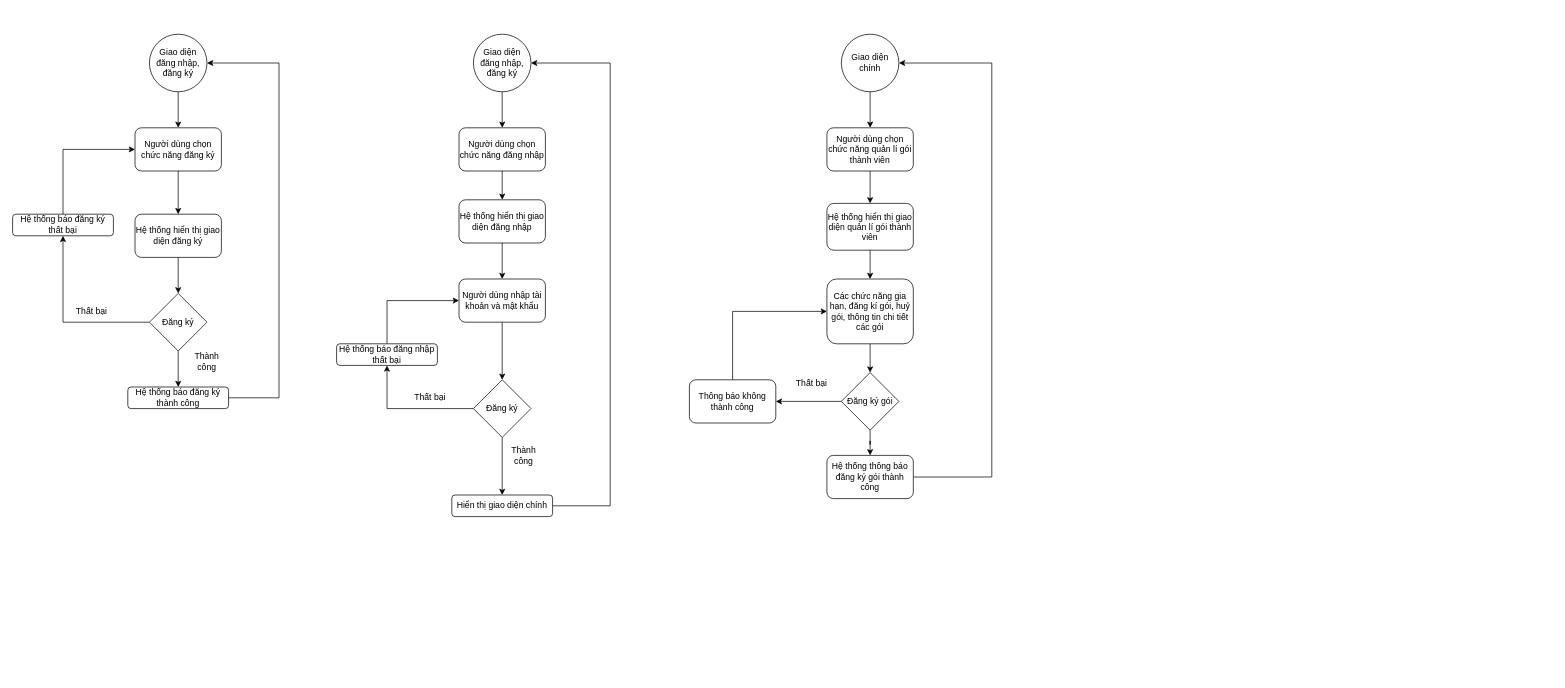
The draw.io diagram User-case chi tiet.drawio in ngnhonk/BeautyMatch, before the edit. Source tidied: cells renumbered, new cells numbered last; positions are measured from the earlier drawing's top-left corner, leaving out a move shared by most shapes. Both pictures are drawn from the tidied source at 72%, with x=0, y=0 at pixel (12, 34).
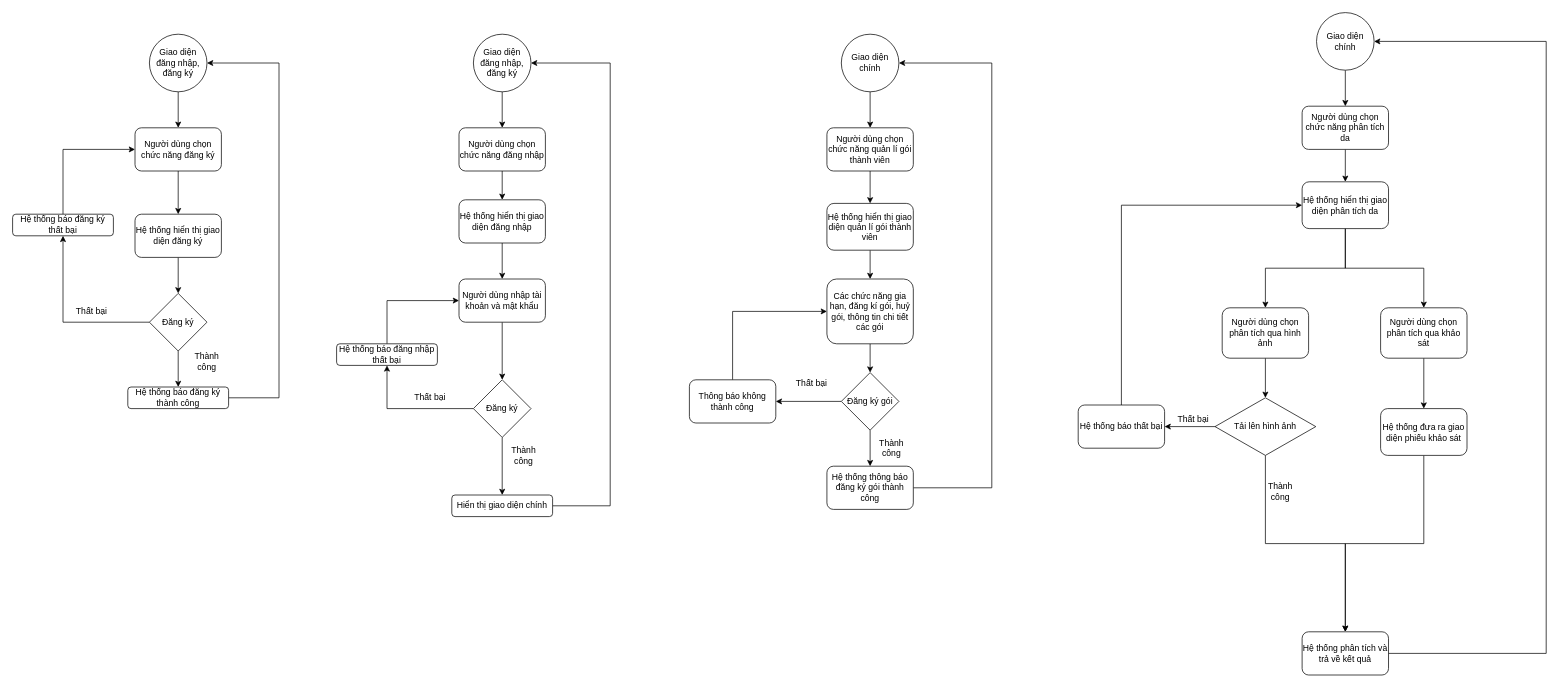
Above is the later version.

Commit message:
Update use-case phan tich da.drawio

The change refers to these unchanged cells:
```xml
<mxCell id="35" value="Giao diện chính" style="ellipse;whiteSpace=wrap;html=1;" parent="1" vertex="1">
  <mxGeometry x="1151" width="80" height="80" as="geometry" />
</mxCell>
```

Change to the diagram source:
```diff
@@
     <mxCell id="47" style="edgeStyle=orthogonalEdgeStyle;rounded=0;jettySize=auto;html=1;entryX=1;entryY=0.5;entryDx=0;entryDy=0;" parent="1" edge="1" source="48" target="35">
       <mxGeometry relative="1" as="geometry">
         <Array as="points">
-          <mxPoint x="1360" y="615" />
+          <mxPoint x="1360" y="630" />
           <mxPoint x="1360" y="40" />
         </Array>
       </mxGeometry>
     </mxCell>
     <mxCell id="48" value="Hệ thống thông báo đăng ký gói thành công" style="rounded=1;whiteSpace=wrap;html=1;" parent="1" vertex="1">
-      <mxGeometry x="1131" y="585" width="120" height="60" as="geometry" />
+      <mxGeometry x="1131" y="600" width="120" height="60" as="geometry" />
     </mxCell>
@@
+    <mxCell id="50" style="edgeStyle=orthogonalEdgeStyle;rounded=0;jettySize=auto;html=1;" parent="1" edge="1" source="51" target="53">
+      <mxGeometry relative="1" as="geometry" />
+    </mxCell>
+    <mxCell id="51" value="Giao diện chính" style="ellipse;whiteSpace=wrap;html=1;" parent="1" vertex="1">
+      <mxGeometry x="1811" y="-30" width="80" height="80" as="geometry" />
+    </mxCell>
+    <mxCell id="52" style="edgeStyle=orthogonalEdgeStyle;rounded=0;jettySize=auto;html=1;entryX=0.5;entryY=0;entryDx=0;entryDy=0;" parent="1" edge="1" source="53" target="56">
+      <mxGeometry relative="1" as="geometry" />
+    </mxCell>
+    <mxCell id="53" value="Người dùng chọn chức năng phân tích da" style="rounded=1;whiteSpace=wrap;html=1;" parent="1" vertex="1">
+      <mxGeometry x="1791" y="100" width="120" height="60" as="geometry" />
+    </mxCell>
+    <mxCell id="54" style="edgeStyle=orthogonalEdgeStyle;rounded=0;jettySize=auto;html=1;" parent="1" edge="1" source="56" target="58">
+      <mxGeometry relative="1" as="geometry" />
+    </mxCell>
+    <mxCell id="55" style="edgeStyle=orthogonalEdgeStyle;rounded=0;jettySize=auto;html=1;entryX=0.5;entryY=0;entryDx=0;entryDy=0;" parent="1" edge="1" source="56" target="62">
+      <mxGeometry relative="1" as="geometry" />
+    </mxCell>
+    <mxCell id="56" value="Hệ thống hiển thị giao diện phân tích da" style="rounded=1;whiteSpace=wrap;html=1;" parent="1" vertex="1">
+      <mxGeometry x="1791" y="205" width="120" height="65" as="geometry" />
+    </mxCell>
+    <mxCell id="57" style="edgeStyle=orthogonalEdgeStyle;rounded=0;jettySize=auto;html=1;" parent="1" edge="1" source="58" target="65">
+      <mxGeometry relative="1" as="geometry" />
+    </mxCell>
+    <mxCell id="58" value="Người dùng chọn phân tích qua hình ảnh" style="rounded=1;whiteSpace=wrap;html=1;" parent="1" vertex="1">
+      <mxGeometry x="1680" y="380" width="120" height="70" as="geometry" />
+    </mxCell>
+    <mxCell id="59" style="edgeStyle=orthogonalEdgeStyle;rounded=0;jettySize=auto;html=1;entryX=1;entryY=0.5;entryDx=0;entryDy=0;" parent="1" edge="1" source="60" target="51">
+      <mxGeometry relative="1" as="geometry">
+        <Array as="points">
+          <mxPoint x="2130" y="860" />
+          <mxPoint x="2130" y="10" />
+        </Array>
+      </mxGeometry>
+    </mxCell>
+    <mxCell id="60" value="Hệ thống phân tích và trả về kết quả" style="rounded=1;whiteSpace=wrap;html=1;" parent="1" vertex="1">
+      <mxGeometry x="1791" y="830" width="120" height="60" as="geometry" />
+    </mxCell>
+    <mxCell id="61" style="edgeStyle=orthogonalEdgeStyle;rounded=0;jettySize=auto;html=1;entryX=0.5;entryY=0;entryDx=0;entryDy=0;" parent="1" edge="1" source="62" target="69">
+      <mxGeometry relative="1" as="geometry" />
+    </mxCell>
+    <mxCell id="62" value="Người dùng chọn phân tích qua khảo sát" style="rounded=1;whiteSpace=wrap;html=1;" parent="1" vertex="1">
+      <mxGeometry x="1900" y="380" width="120" height="70" as="geometry" />
+    </mxCell>
+    <mxCell id="63" style="edgeStyle=orthogonalEdgeStyle;rounded=0;jettySize=auto;html=1;exitX=0;exitY=0.5;exitDx=0;exitDy=0;entryX=1;entryY=0.5;entryDx=0;entryDy=0;" parent="1" edge="1" source="65" target="67">
+      <mxGeometry relative="1" as="geometry" />
+    </mxCell>
+    <mxCell id="64" style="edgeStyle=orthogonalEdgeStyle;rounded=0;jettySize=auto;html=1;" parent="1" edge="1" source="65" target="60">
+      <mxGeometry relative="1" as="geometry" />
+    </mxCell>
+    <mxCell id="65" value="Tải lên hình ảnh" style="rhombus;whiteSpace=wrap;html=1;" parent="1" vertex="1">
+      <mxGeometry x="1670" y="505" width="140" height="80" as="geometry" />
+    </mxCell>
+    <mxCell id="66" style="edgeStyle=orthogonalEdgeStyle;rounded=0;jettySize=auto;html=1;entryX=0;entryY=0.5;entryDx=0;entryDy=0;" parent="1" edge="1" source="67" target="56">
+      <mxGeometry relative="1" as="geometry">
+        <Array as="points">
+          <mxPoint x="1540" y="238" />
+        </Array>
+      </mxGeometry>
+    </mxCell>
+    <mxCell id="67" value="Hệ thống báo thất bại" style="rounded=1;whiteSpace=wrap;html=1;" parent="1" vertex="1">
+      <mxGeometry x="1480" y="515" width="120" height="60" as="geometry" />
+    </mxCell>
+    <mxCell id="68" style="edgeStyle=orthogonalEdgeStyle;rounded=0;jettySize=auto;html=1;" parent="1" edge="1" source="69" target="60">
+      <mxGeometry relative="1" as="geometry" />
+    </mxCell>
+    <mxCell id="69" value="Hệ thống đưa ra giao diện phiếu khảo sát" style="rounded=1;whiteSpace=wrap;html=1;" parent="1" vertex="1">
+      <mxGeometry x="1900" y="520" width="120" height="65" as="geometry" />
+    </mxCell>
+    <mxCell id="70" value="Thành công" style="text;html=1;align=center;verticalAlign=middle;whiteSpace=wrap;rounded=0;" parent="1" vertex="1">
+      <mxGeometry x="1191" y="560" width="60" height="30" as="geometry" />
+    </mxCell>
+    <mxCell id="71" value="Thành công" style="text;html=1;align=center;verticalAlign=middle;whiteSpace=wrap;rounded=0;" parent="1" vertex="1">
+      <mxGeometry x="1731" y="620" width="60" height="30" as="geometry" />
+    </mxCell>
+    <mxCell id="72" value="Thất bại" style="text;html=1;align=center;verticalAlign=middle;whiteSpace=wrap;rounded=0;" parent="1" vertex="1">
+      <mxGeometry x="1610" y="520" width="60" height="30" as="geometry" />
+    </mxCell>
```
